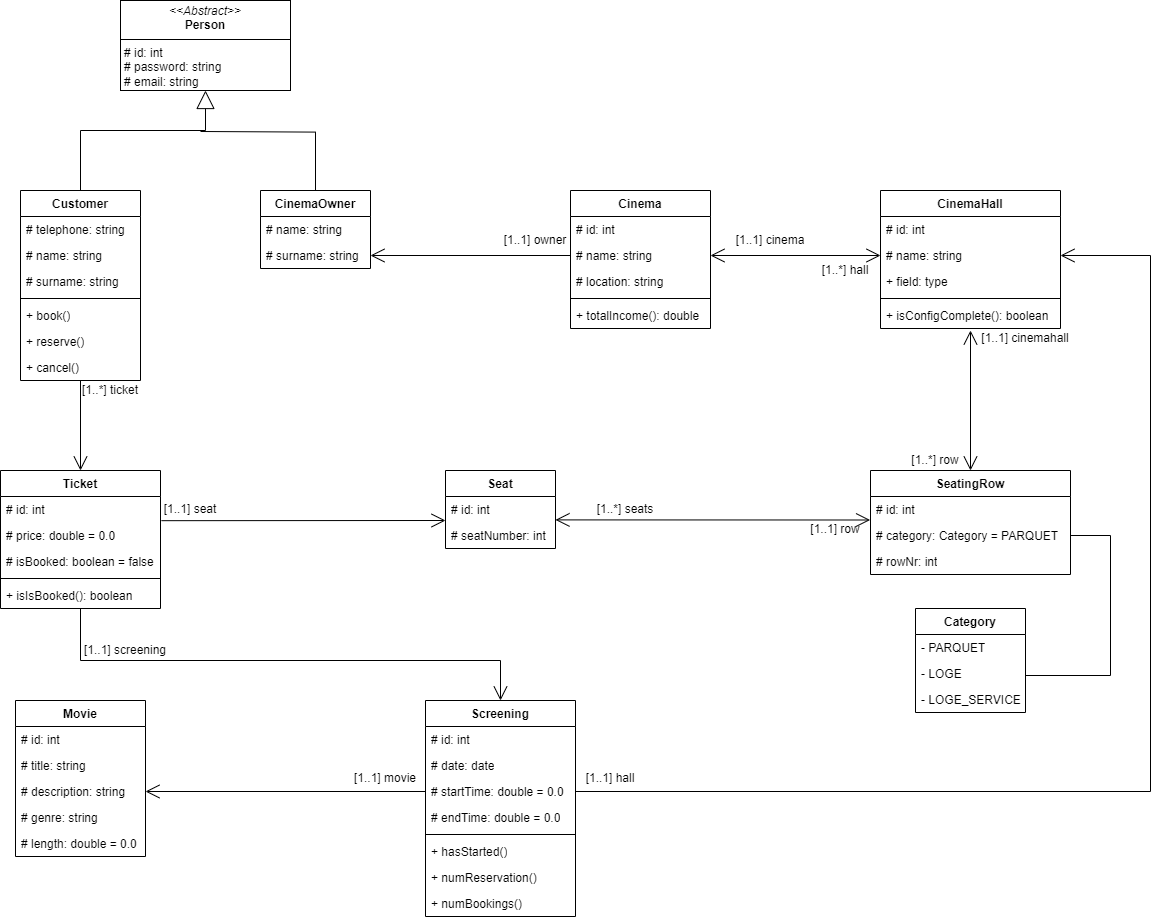
The draw.io diagram doc/UML-Fachklassendiagramm.drawio.png in dlbuchholz/cinema-management-software, before a commit. Source tidied: cells renumbered, new cells last; positions are measured from the earlier drawing's top-left corner, leaving out a move shared by most shapes.
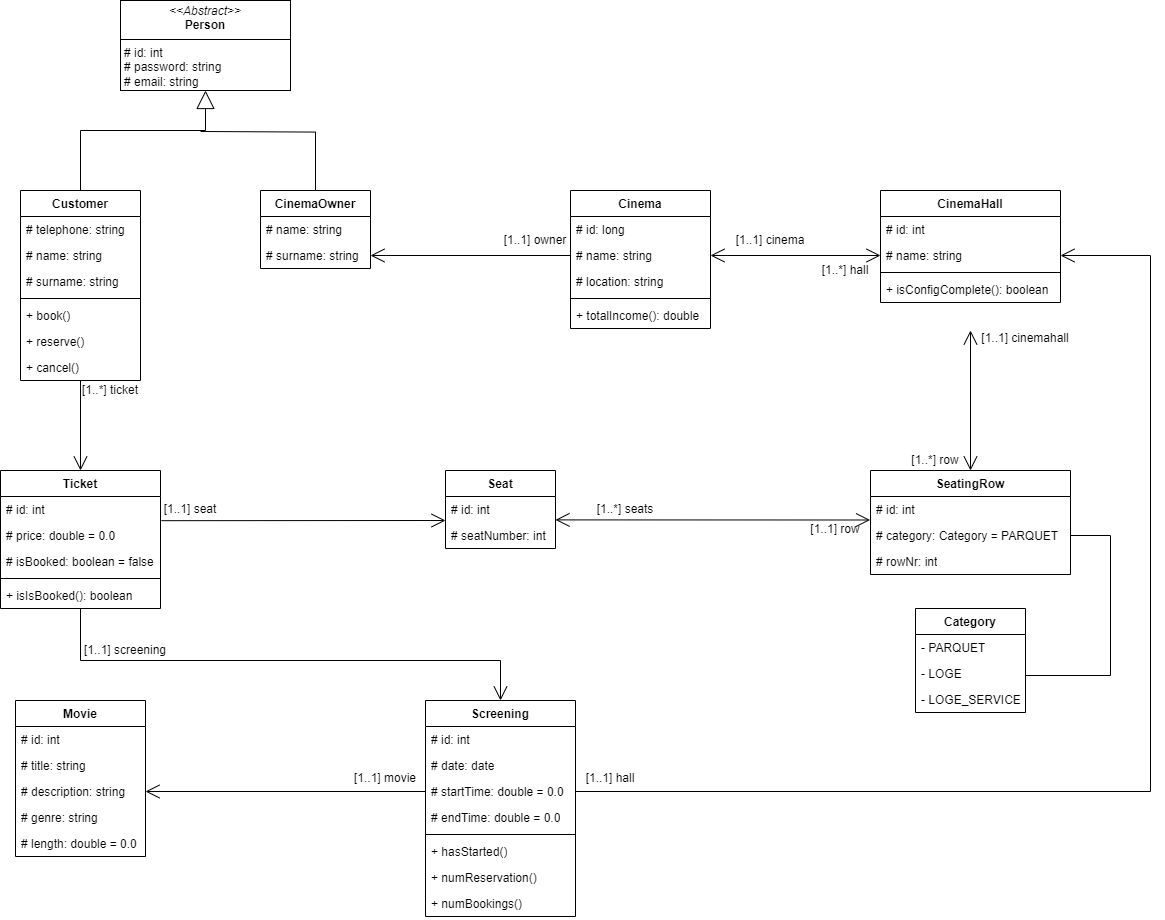
Above is the later version.

Change to the diagram source:
```diff
@@ -78,7 +78,7 @@
     <mxCell id="24" value="Cinema" style="swimlane;fontStyle=1;align=center;verticalAlign=top;horizontal=1;startSize=26;whiteSpace=wrap;html=1;" parent="1" vertex="1">
       <mxGeometry x="570" y="190" width="140" height="138" as="geometry" />
     </mxCell>
-    <mxCell id="25" value="# id: int" style="text;strokeColor=none;fillColor=none;align=left;verticalAlign=top;spacingLeft=4;spacingRight=4;overflow=hidden;whiteSpace=wrap;html=1;" parent="24" vertex="1">
+    <mxCell id="25" value="# id: long" style="text;strokeColor=none;fillColor=none;align=left;verticalAlign=top;spacingLeft=4;spacingRight=4;overflow=hidden;whiteSpace=wrap;html=1;" parent="24" vertex="1">
       <mxGeometry y="26" width="140" height="26" as="geometry" />
     </mxCell>
     <mxCell id="26" value="# name: string" style="text;strokeColor=none;fillColor=none;align=left;verticalAlign=top;spacingLeft=4;spacingRight=4;overflow=hidden;points=[[0,0.5],[1,0.5]];portConstraint=eastwest;whiteSpace=wrap;html=1;" parent="24" vertex="1">
@@ -100,7 +100,7 @@
       <mxGeometry x="500" y="230" width="70" height="20" as="geometry" />
     </mxCell>
     <mxCell id="32" value="CinemaHall" style="swimlane;fontStyle=1;align=center;verticalAlign=top;horizontal=1;startSize=26;whiteSpace=wrap;html=1;" parent="1" vertex="1">
-      <mxGeometry x="880" y="190" width="180" height="138" as="geometry" />
+      <mxGeometry x="880" y="190" width="180" height="112" as="geometry" />
     </mxCell>
     <mxCell id="33" value="# id: int" style="text;strokeColor=none;fillColor=none;align=left;verticalAlign=top;spacingLeft=4;spacingRight=4;overflow=hidden;whiteSpace=wrap;html=1;" parent="32" vertex="1">
       <mxGeometry y="26" width="180" height="26" as="geometry" />
@@ -108,14 +108,11 @@
     <mxCell id="34" value="# name: string" style="text;strokeColor=none;fillColor=none;align=left;verticalAlign=top;spacingLeft=4;spacingRight=4;overflow=hidden;points=[[0,0.5],[1,0.5]];portConstraint=eastwest;whiteSpace=wrap;html=1;" parent="32" vertex="1">
       <mxGeometry y="52" width="180" height="26" as="geometry" />
     </mxCell>
-    <mxCell id="35" value="+ field: type" style="text;strokeColor=none;fillColor=none;align=left;verticalAlign=top;spacingLeft=4;spacingRight=4;overflow=hidden;whiteSpace=wrap;html=1;" parent="32" vertex="1">
-      <mxGeometry y="78" width="180" height="26" as="geometry" />
-    </mxCell>
     <mxCell id="36" style="line;strokeWidth=1;fillColor=none;align=left;verticalAlign=middle;spacingTop=-1;spacingLeft=3;spacingRight=3;labelPosition=right;strokeColor=inherit;" parent="32" vertex="1">
-      <mxGeometry y="104" width="180" height="8" as="geometry" />
+      <mxGeometry y="78" width="180" height="8" as="geometry" />
     </mxCell>
     <mxCell id="37" value="+ isConfigComplete(): boolean" style="text;strokeColor=none;fillColor=none;align=left;verticalAlign=top;spacingLeft=4;spacingRight=4;overflow=hidden;whiteSpace=wrap;html=1;" parent="32" vertex="1">
-      <mxGeometry y="112" width="180" height="26" as="geometry" />
+      <mxGeometry y="86" width="180" height="26" as="geometry" />
     </mxCell>
     <mxCell id="38" style="endArrow=open;endFill=1;endSize=12;html=1;rounded=0;startArrow=open;startFill=0;startSize=12;exitX=1;exitY=0.5;exitDx=0;exitDy=0;entryX=0;entryY=0.5;entryDx=0;entryDy=0;" parent="1" edge="1" source="26" target="34">
       <mxGeometry relative="1" as="geometry" />
```
